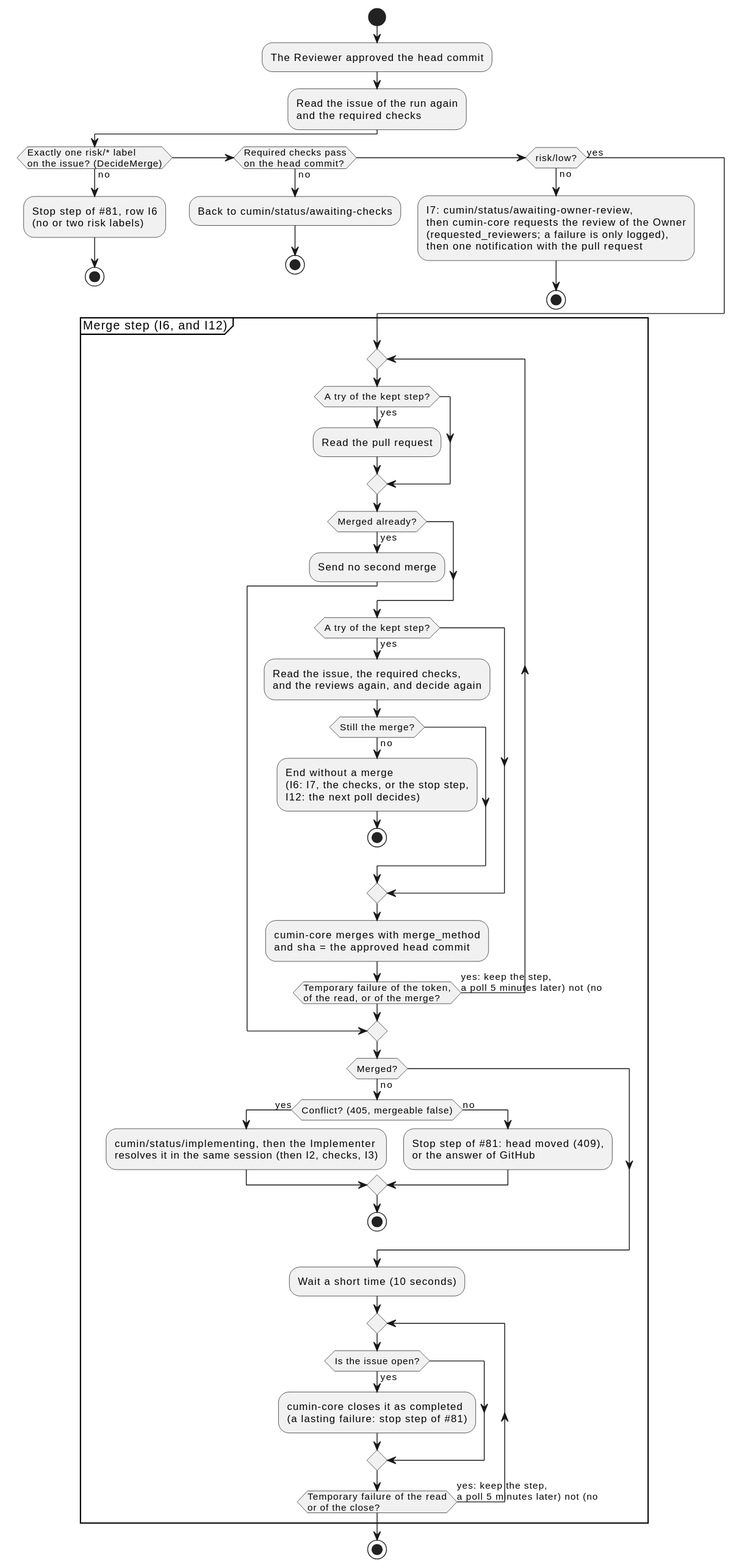
Before: docs/ja/designs/poll-merge.svg, a diagram exported from PlantUML (cloveclovedev/cumin-works).
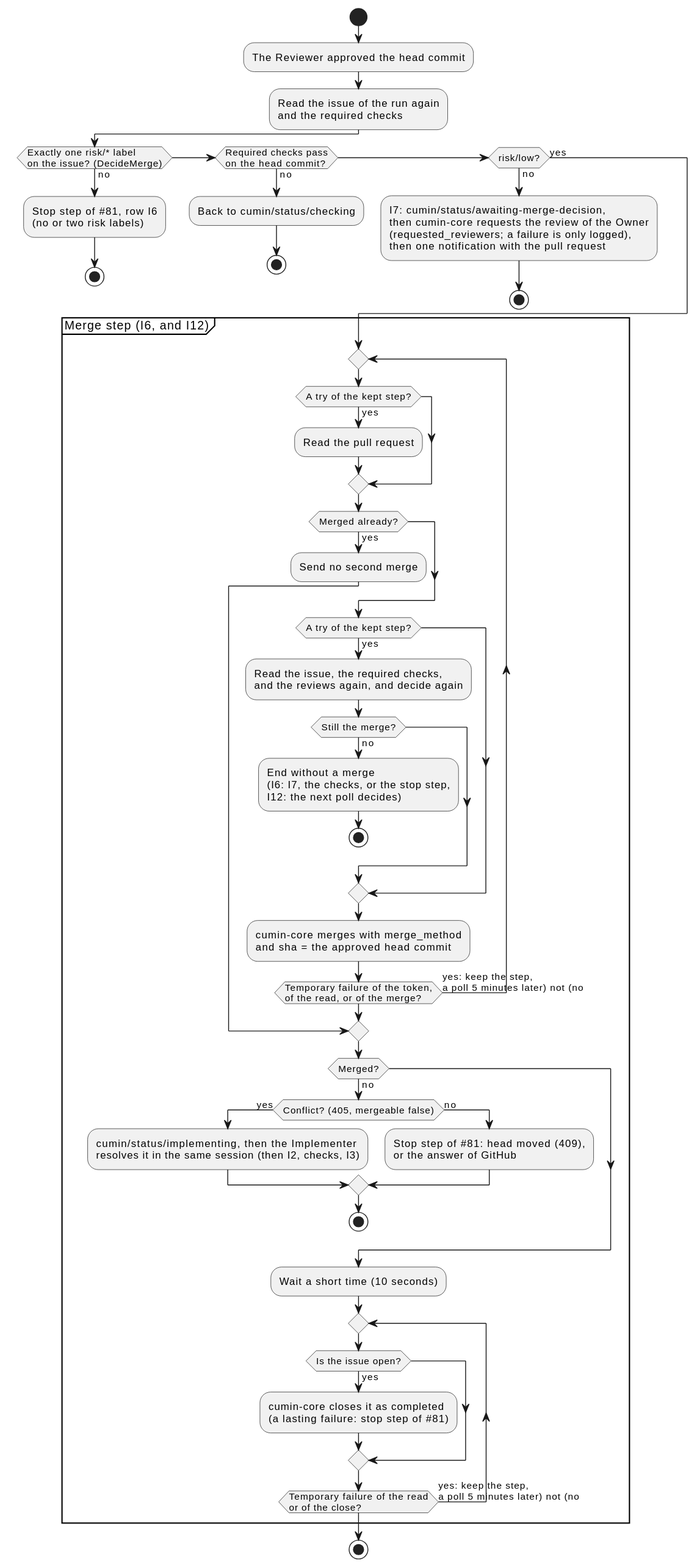
After the change.

Diff of the diagram source:
```diff
@@ -13,10 +13,10 @@
   stop
 elseif (Required checks pass
 on the head commit?) then (no)
-  :Back to cumin/status/awaiting-checks;
+  :Back to cumin/status/checking;
   stop
 elseif (risk/low?) then (no)
-  :I7: cumin/status/awaiting-owner-review,
+  :I7: cumin/status/awaiting-merge-decision,
   then cumin-core requests the review of the Owner
   (requested_reviewers; a failure is only logged),
   then one notification with the pull request;
```
